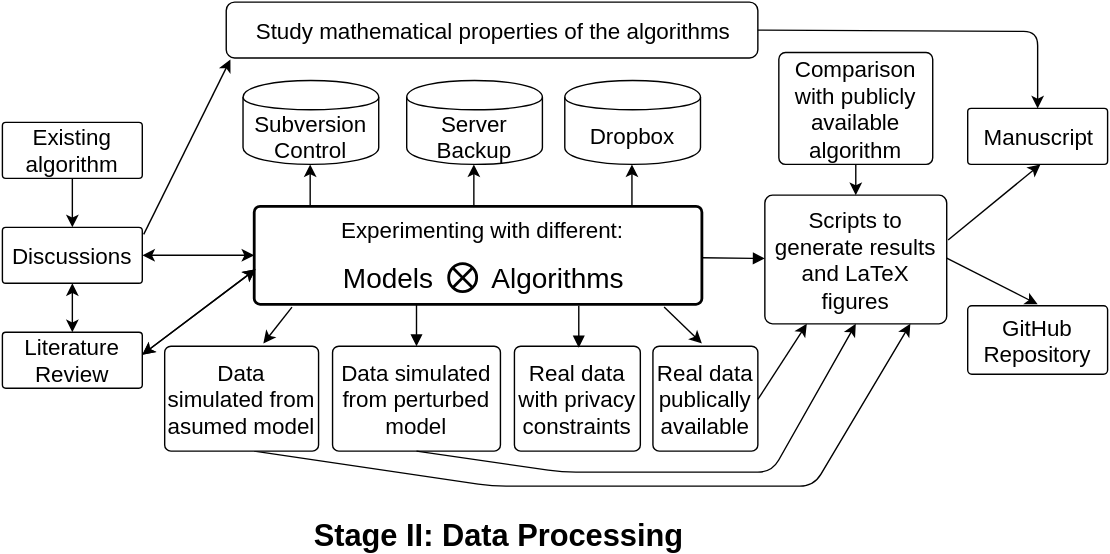
This is case-studies/vstaneva.svg from BIDS/repro-case-studies, a draw.io export, as it was before one commit. Source tidied: cells renumbered, new cells last; positions are measured from the earlier drawing's top-left corner, leaving out a move shared by most shapes.
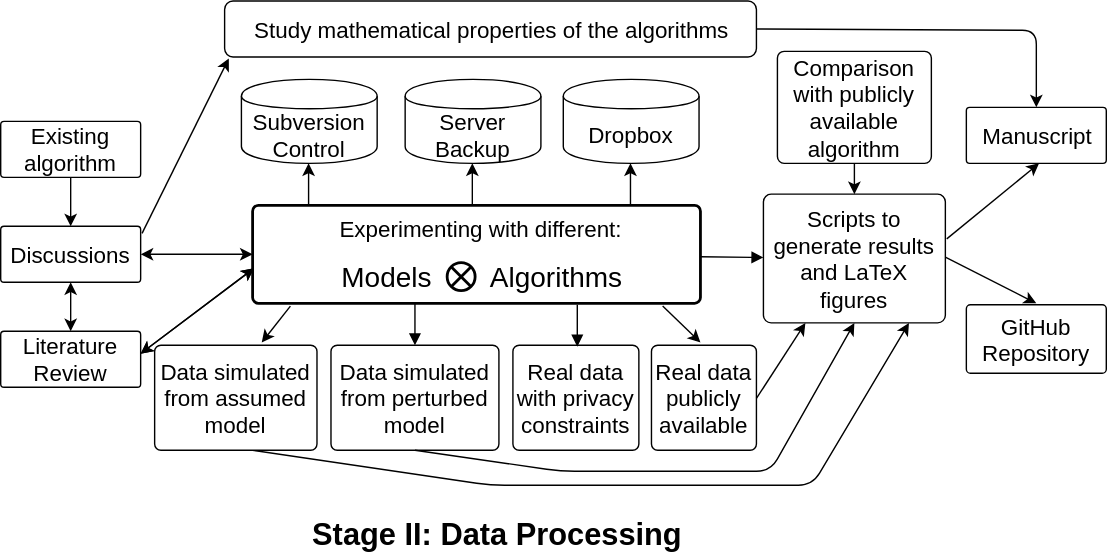
Above is the later version.

Commit message:
fixing two typos in diagram directly through svg

What changed in the source:
```diff
@@ -35,7 +35,7 @@
     <mxCell id="12" value="&lt;font style=&quot;font-size: 16px&quot;&gt;Data simulated from perturbed model&lt;/font&gt;" style="strokeWidth=1;html=1;shape=mxgraph.flowchart.process;whiteSpace=wrap;fontSize=11;" parent="1" vertex="1">
       <mxGeometry x="236" y="246" width="120" height="75" as="geometry" />
     </mxCell>
-    <mxCell id="13" value="&lt;font style=&quot;font-size: 16px&quot;&gt;Real data publically available&lt;/font&gt;" style="strokeWidth=1;html=1;shape=mxgraph.flowchart.process;whiteSpace=wrap;fontSize=11;" parent="1" vertex="1">
+    <mxCell id="13" value="&lt;font style=&quot;font-size: 16px&quot;&gt;Real data publicly available&lt;/font&gt;" style="strokeWidth=1;html=1;shape=mxgraph.flowchart.process;whiteSpace=wrap;fontSize=11;" parent="1" vertex="1">
       <mxGeometry x="465" y="246" width="75" height="75" as="geometry" />
     </mxCell>
     <mxCell id="14" style="endArrow=classic;startArrow=classic;html=1;fontSize=11;entryX=0;entryY=0.5;entryPerimeter=0;" parent="1" edge="1" source="6" target="4">
@@ -139,8 +139,8 @@
     <mxCell id="33" style="endArrow=classic;html=1;fontSize=10;exitX=0.5;exitY=1;exitPerimeter=0;entryX=0.5;entryY=0;entryPerimeter=0;" parent="1" edge="1" source="7" target="6">
       <mxGeometry relative="1" as="geometry" />
     </mxCell>
-    <mxCell id="34" value="&lt;font style=&quot;font-size: 16px&quot;&gt;Data simulated from asumed model&lt;/font&gt;" style="strokeWidth=1;html=1;shape=mxgraph.flowchart.process;whiteSpace=wrap;fontSize=11;" parent="1" vertex="1">
-      <mxGeometry x="116" y="246" width="110" height="75" as="geometry" />
+    <mxCell id="34" value="&lt;font style=&quot;font-size: 16px&quot;&gt;Data simulated from assumed model&lt;/font&gt;" style="strokeWidth=1;html=1;shape=mxgraph.flowchart.process;whiteSpace=wrap;fontSize=11;" parent="1" vertex="1">
+      <mxGeometry x="110" y="246" width="116" height="75" as="geometry" />
     </mxCell>
     <mxCell id="35" style="endArrow=classic;html=1;exitX=0.128;exitY=1.057;exitPerimeter=0;" parent="1" edge="1">
       <mxGeometry relative="1" as="geometry">
```
